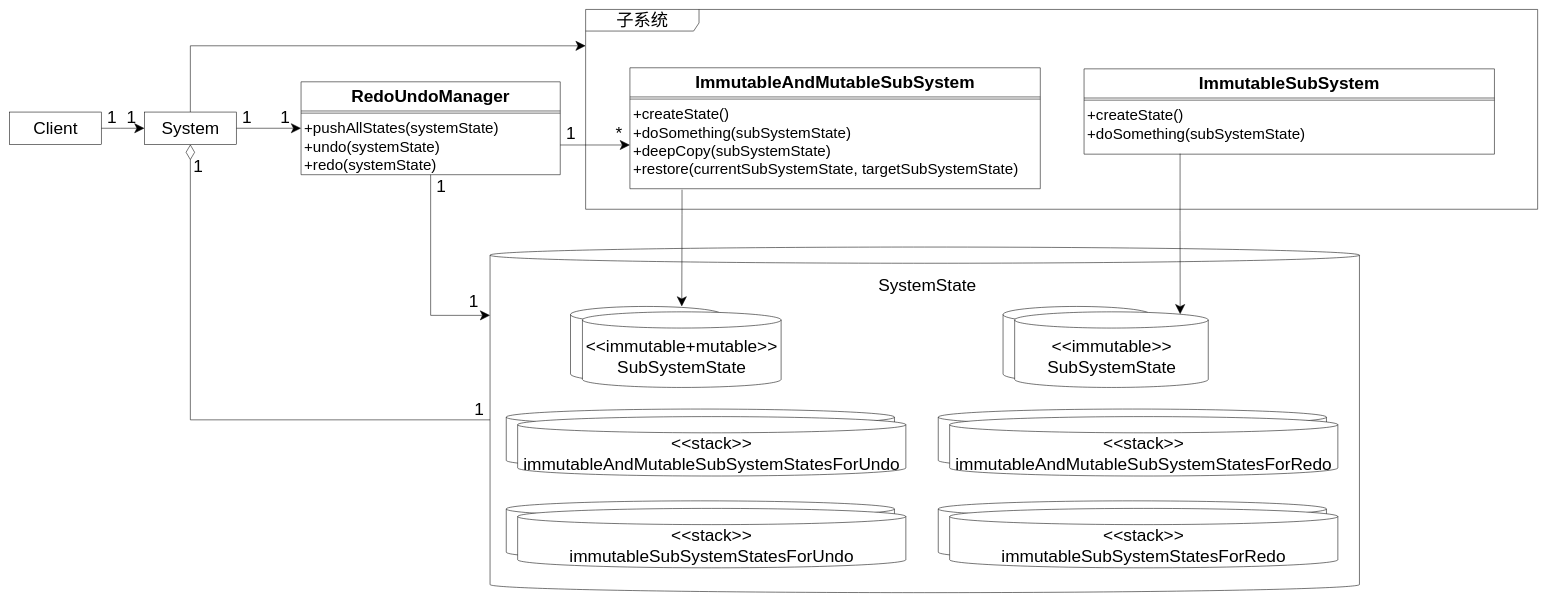
Above: packages/撤销重做模式/role_abstract/UML.drawio in yyc-git/3DProgramPattern (draw.io), before the change. Source tidied: cells renumbered, new cells numbered last; positions are measured from the earlier drawing's top-left corner, leaving out a move shared by most shapes. Both pictures are drawn from the tidied source at 54%, with x=0, y=0 at pixel (9, 9).
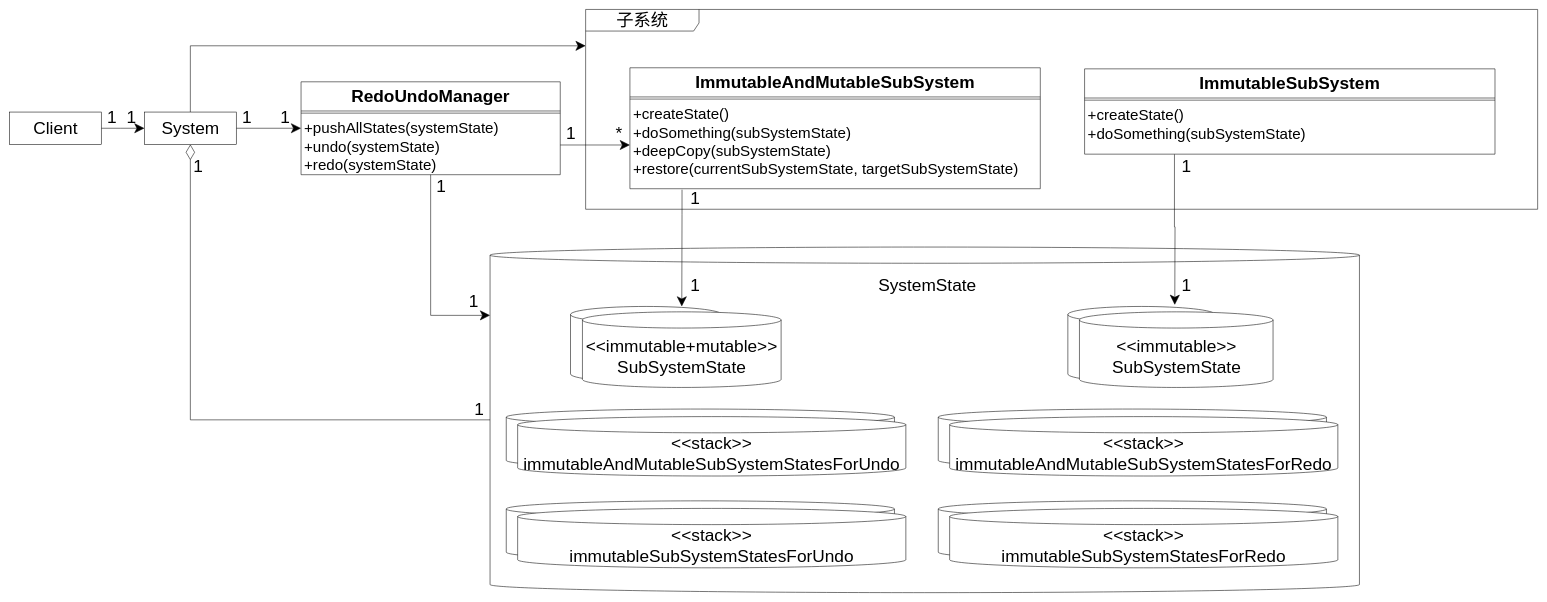
The same page after the edit.

The change refers to these unchanged cells:
```xml
<mxCell id="39" value="+createState()&#10;+doSomething(subSystemState)" style="text;strokeColor=none;fillColor=none;align=left;verticalAlign=top;spacingLeft=4;spacingRight=4;overflow=hidden;points=[[0,0.5],[1,0.5]];portConstraint=eastwest;fontSize=28;" parent="37" vertex="1">
  <mxGeometry y="62" width="760" height="96" as="geometry" />
</mxCell>
<mxCell id="42" value="&lt;font style=&quot;font-size: 32px&quot;&gt;&amp;lt;&amp;lt;immutable&amp;gt;&amp;gt;&lt;br&gt;SubSystemState&lt;/font&gt;" style="shape=cylinder3;whiteSpace=wrap;html=1;boundedLbl=1;backgroundOutline=1;size=15;" parent="40" vertex="1">
  <mxGeometry x="21.5" y="10" width="358.5" height="140" as="geometry" />
</mxCell>
```

Change to the diagram source:
```diff
@@
-    <mxCell id="36" style="edgeStyle=orthogonalEdgeStyle;rounded=0;jettySize=auto;html=1;entryX=0.855;entryY=0;entryDx=0;entryDy=4.35;entryPerimeter=0;startSize=16;endSize=16;exitX=0.234;exitY=0.99;exitDx=0;exitDy=0;exitPerimeter=0;" parent="1" edge="1" source="39" target="42">
-      <mxGeometry relative="1" as="geometry" />
+    <mxCell id="36" style="edgeStyle=orthogonalEdgeStyle;rounded=0;jettySize=auto;html=1;startSize=16;endSize=16;exitX=0.219;exitY=1.003;exitDx=0;exitDy=0;exitPerimeter=0;" parent="1" edge="1" source="39">
+      <mxGeometry relative="1" as="geometry">
+        <mxPoint x="2158" y="547" as="targetPoint" />
+      </mxGeometry>
     </mxCell>
     <mxCell id="37" value="ImmutableSubSystem" style="swimlane;fontStyle=1;align=center;verticalAlign=top;horizontal=1;startSize=54;fontSize=32;" parent="1" vertex="1">
-      <mxGeometry x="1990" y="110" width="760" height="158" as="geometry" />
+      <mxGeometry x="1991" y="110" width="760" height="158" as="geometry" />
     </mxCell>
@@
     <mxCell id="40" style="group;" parent="1" vertex="1">
-      <mxGeometry x="1840" y="550" width="380" height="150" as="geometry" />
+      <mxGeometry x="1960" y="550" width="380" height="150" as="geometry" />
     </mxCell>
@@
+    <mxCell id="52" value="&lt;font style=&quot;font-size: 32px&quot;&gt;1&lt;/font&gt;" style="text;html=1;strokeColor=none;fillColor=none;align=center;verticalAlign=middle;whiteSpace=wrap;rounded=0;" parent="1" vertex="1">
+      <mxGeometry x="1250" y="340" width="40" height="20" as="geometry" />
+    </mxCell>
+    <mxCell id="53" value="&lt;font style=&quot;font-size: 32px&quot;&gt;1&lt;/font&gt;" style="text;html=1;strokeColor=none;fillColor=none;align=center;verticalAlign=middle;whiteSpace=wrap;rounded=0;" parent="1" vertex="1">
+      <mxGeometry x="1250" y="500" width="40" height="20" as="geometry" />
+    </mxCell>
+    <mxCell id="54" value="&lt;font style=&quot;font-size: 32px&quot;&gt;1&lt;/font&gt;" style="text;html=1;strokeColor=none;fillColor=none;align=center;verticalAlign=middle;whiteSpace=wrap;rounded=0;" parent="1" vertex="1">
+      <mxGeometry x="2160" y="280" width="40" height="20" as="geometry" />
+    </mxCell>
+    <mxCell id="55" value="&lt;font style=&quot;font-size: 32px&quot;&gt;1&lt;/font&gt;" style="text;html=1;strokeColor=none;fillColor=none;align=center;verticalAlign=middle;whiteSpace=wrap;rounded=0;" parent="1" vertex="1">
+      <mxGeometry x="2160" y="500" width="40" height="20" as="geometry" />
+    </mxCell>
```
